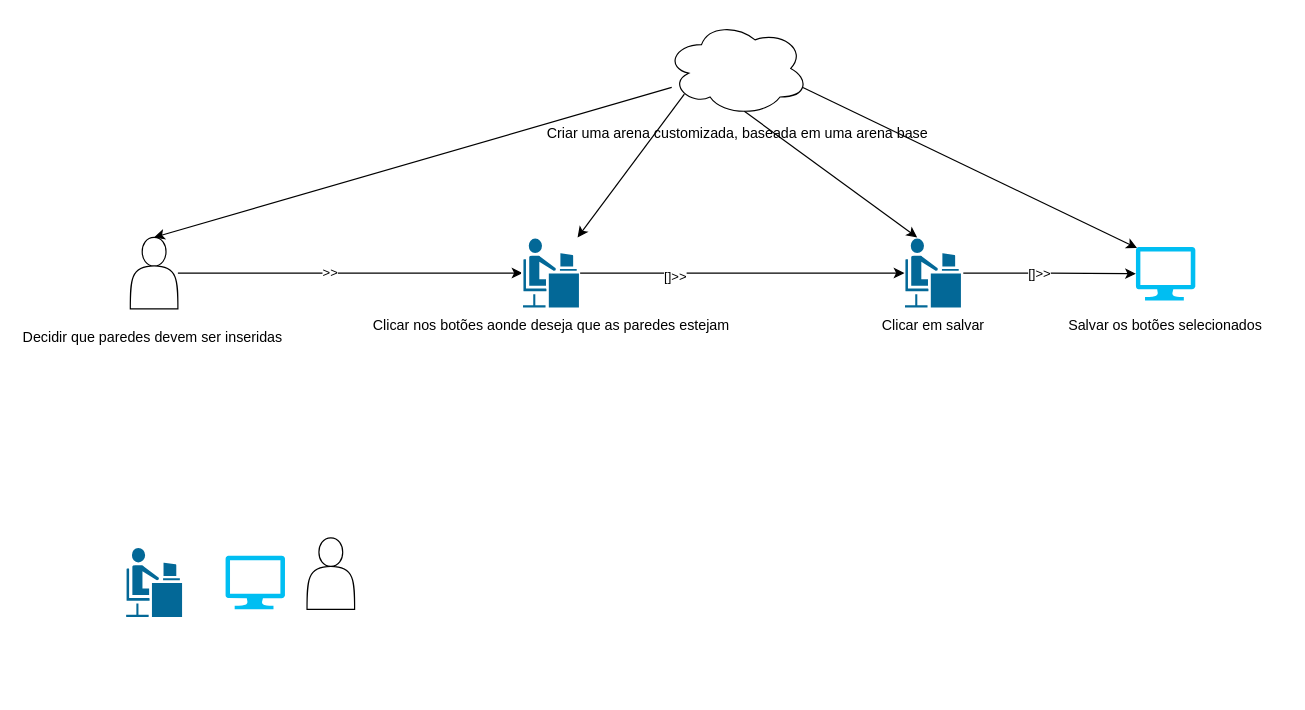
Before: page "Diagrama1" (1 of 2) of Arquivos/drawio/CTT1.drawio in mdarce765/ProjetoIHC, a draw.io diagram. Source tidied: cells renumbered, new cells numbered last; positions are measured from the earlier drawing's top-left corner, leaving out a move shared by most shapes. Both pictures are drawn from the tidied source at 119%, with x=0, y=0 at pixel (20, 20).
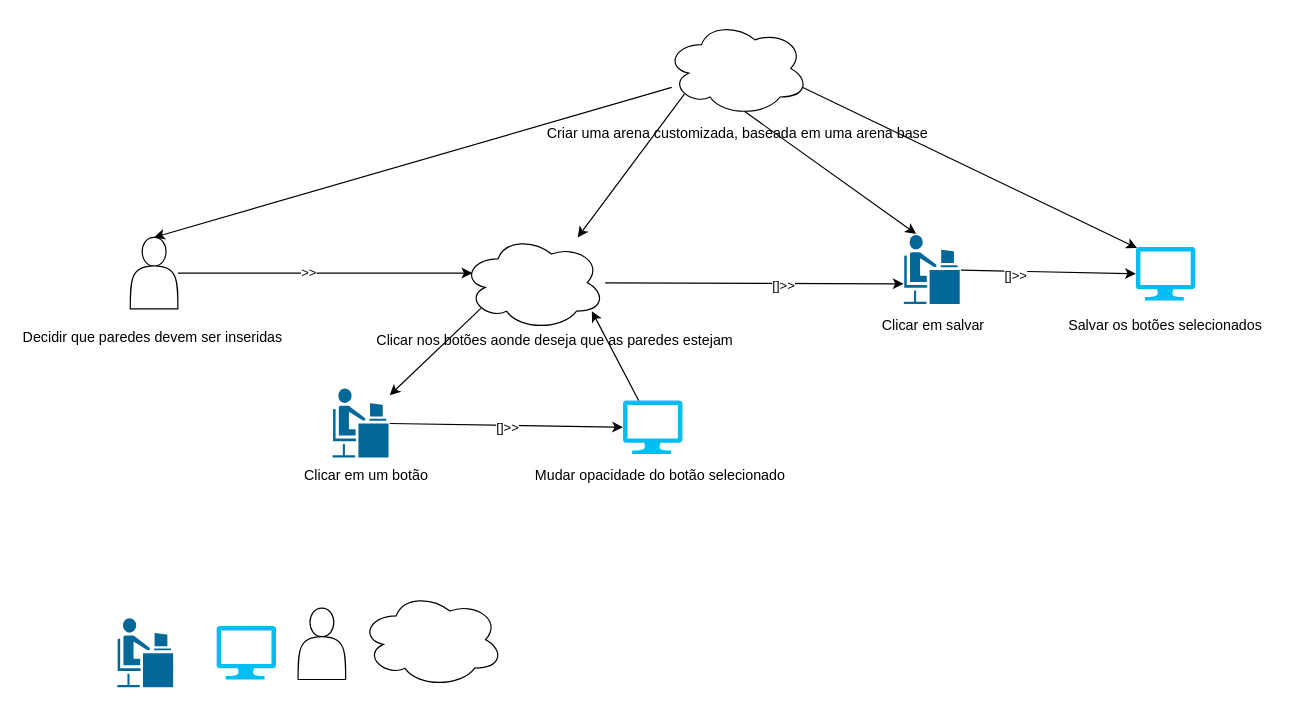
The same diagram, later.

Unchanged cells that the change refers to:
```xml
<mxCell id="5" style="shape=actor;whiteSpace=wrap;html=1;" parent="1" vertex="1">
  <mxGeometry x="92" y="182" width="40" height="60" as="geometry" />
</mxCell>
<mxCell id="7" style="ellipse;shape=cloud;whiteSpace=wrap;html=1;" parent="1" vertex="1">
  <mxGeometry x="542" width="120" height="80" as="geometry" />
</mxCell>
<mxCell id="20" style="verticalLabelPosition=bottom;html=1;verticalAlign=top;align=center;strokeColor=none;fillColor=#00BEF2;shape=mxgraph.azure.computer;" parent="1" vertex="1">
  <mxGeometry x="937" y="190" width="50" height="45" as="geometry" />
</mxCell>
```

Diff of the diagram source:
```diff
@@
-    <mxCell id="3" style="edgeStyle=orthogonalEdgeStyle;rounded=0;jettySize=auto;html=1;entryX=0.01;entryY=0.5;entryDx=0;entryDy=0;entryPerimeter=0;" parent="1" edge="1" source="5" target="12">
+    <mxCell id="3" style="edgeStyle=orthogonalEdgeStyle;rounded=0;jettySize=auto;html=1;entryX=0.07;entryY=0.4;entryDx=0;entryDy=0;entryPerimeter=0;" parent="1" edge="1" source="5" target="27">
       <mxGeometry relative="1" as="geometry" />
     </mxCell>
@@
-    <mxCell id="6" style="edgeStyle=none;rounded=0;jettySize=auto;html=1;exitX=0.13;exitY=0.77;exitDx=0;exitDy=0;exitPerimeter=0;" parent="1" edge="1" source="7" target="12">
-      <mxGeometry relative="1" as="geometry" />
+    <mxCell id="6" style="edgeStyle=none;rounded=0;jettySize=auto;html=1;exitX=0.13;exitY=0.77;exitDx=0;exitDy=0;exitPerimeter=0;" parent="1" edge="1" source="7">
+      <mxGeometry relative="1" as="geometry">
+        <mxPoint x="467.9" y="182" as="targetPoint" />
+      </mxGeometry>
     </mxCell>
@@
     <mxCell id="8" style="shape=mxgraph.cisco.people.androgenous_person;html=1;dashed=0;fillColor=#036897;strokeColor=#ffffff;strokeWidth=2;verticalLabelPosition=bottom;verticalAlign=top;align=center;" parent="1" vertex="1">
-      <mxGeometry x="87.5" y="442" width="49" height="60" as="geometry" />
+      <mxGeometry x="80" y="501" width="49" height="60" as="geometry" />
     </mxCell>
@@
-    <mxCell id="12" style="shape=mxgraph.cisco.people.androgenous_person;html=1;dashed=0;fillColor=#036897;strokeColor=#ffffff;strokeWidth=2;verticalLabelPosition=bottom;verticalAlign=top;align=center;outlineConnect=0;" parent="1" vertex="1">
-      <mxGeometry x="421" y="182" width="49" height="60" as="geometry" />
-    </mxCell>
-    <mxCell id="13" style="edgeStyle=orthogonalEdgeStyle;rounded=0;jettySize=auto;html=1;" parent="1" edge="1" source="15" target="20">
-      <mxGeometry relative="1" as="geometry" />
-    </mxCell>
-    <mxCell id="14" value="[]&amp;gt;&amp;gt;" style="edgeLabel;html=1;align=center;verticalAlign=middle;" parent="13" vertex="1">
-      <mxGeometry x="-0.13" relative="1" as="geometry" />
-    </mxCell>
     <mxCell id="15" style="shape=mxgraph.cisco.people.androgenous_person;html=1;dashed=0;fillColor=#036897;strokeColor=#ffffff;strokeWidth=2;verticalLabelPosition=bottom;verticalAlign=top;align=center;outlineConnect=0;" parent="1" vertex="1">
-      <mxGeometry x="742" y="182" width="49" height="60" as="geometry" />
+      <mxGeometry x="741" y="179" width="49" height="60" as="geometry" />
     </mxCell>
-    <mxCell id="16" style="edgeStyle=orthogonalEdgeStyle;rounded=0;jettySize=auto;html=1;entryX=0.01;entryY=0.5;entryDx=0;entryDy=0;entryPerimeter=0;" parent="1" edge="1" source="12" target="15">
-      <mxGeometry relative="1" as="geometry" />
-    </mxCell>
-    <mxCell id="17" value="[]&amp;gt;&amp;gt;" style="edgeLabel;html=1;align=center;verticalAlign=middle;" parent="16" vertex="1">
-      <mxGeometry x="-0.42" y="-2" relative="1" as="geometry" />
-    </mxCell>
     <mxCell id="18" value="Clicar nos botões aonde deseja que as paredes estejam" style="text;whiteSpace=wrap;align=center;" parent="1" vertex="1">
-      <mxGeometry x="280.5" y="242" width="330" height="40" as="geometry" />
+      <mxGeometry x="284" y="255" width="330" height="40" as="geometry" />
     </mxCell>
@@
     <mxCell id="23" style="verticalLabelPosition=bottom;html=1;verticalAlign=top;align=center;strokeColor=none;fillColor=#00BEF2;shape=mxgraph.azure.computer;" parent="1" vertex="1">
-      <mxGeometry x="172" y="449.5" width="50" height="45" as="geometry" />
+      <mxGeometry x="164.5" y="508.5" width="50" height="45" as="geometry" />
     </mxCell>
     <mxCell id="24" style="shape=actor;whiteSpace=wrap;html=1;" parent="1" vertex="1">
-      <mxGeometry x="240.5" y="434.5" width="40" height="60" as="geometry" />
+      <mxGeometry x="233" y="493.5" width="40" height="60" as="geometry" />
     </mxCell>
+    <mxCell id="25" style="ellipse;shape=cloud;whiteSpace=wrap;html=1;" parent="1" vertex="1">
+      <mxGeometry x="285.5" y="480" width="120" height="80" as="geometry" />
+    </mxCell>
+    <mxCell id="26" style="edgeStyle=none;html=1;exitX=0.13;exitY=0.77;exitDx=0;exitDy=0;exitPerimeter=0;" parent="1" edge="1" source="27" target="28">
+      <mxGeometry relative="1" as="geometry" />
+    </mxCell>
+    <mxCell id="27" style="ellipse;shape=cloud;whiteSpace=wrap;html=1;" parent="1" vertex="1">
+      <mxGeometry x="371" y="180" width="120" height="80" as="geometry" />
+    </mxCell>
+    <mxCell id="28" style="shape=mxgraph.cisco.people.androgenous_person;html=1;dashed=0;fillColor=#036897;strokeColor=#ffffff;strokeWidth=2;verticalLabelPosition=bottom;verticalAlign=top;align=center;outlineConnect=0;" parent="1" vertex="1">
+      <mxGeometry x="261" y="308" width="49" height="60" as="geometry" />
+    </mxCell>
+    <mxCell id="29" style="verticalLabelPosition=bottom;html=1;verticalAlign=top;align=center;strokeColor=none;fillColor=#00BEF2;shape=mxgraph.azure.computer;" parent="1" vertex="1">
+      <mxGeometry x="506" y="319" width="50" height="45" as="geometry" />
+    </mxCell>
+    <mxCell id="30" style="edgeStyle=none;html=1;entryX=0.907;entryY=0.8;entryDx=0;entryDy=0;entryPerimeter=0;" parent="1" edge="1" source="29" target="27">
+      <mxGeometry relative="1" as="geometry" />
+    </mxCell>
+    <mxCell id="31" style="edgeStyle=none;html=1;entryX=0;entryY=0.5;entryDx=0;entryDy=0;entryPerimeter=0;" parent="1" edge="1" source="28" target="29">
+      <mxGeometry relative="1" as="geometry" />
+    </mxCell>
+    <mxCell id="32" value="[]&amp;gt;&amp;gt;" style="edgeLabel;html=1;align=center;verticalAlign=middle;" parent="31" vertex="1">
+      <mxGeometry x="0.01" y="-2" relative="1" as="geometry" />
+    </mxCell>
+    <mxCell id="33" value="Clicar em um botão" style="text;html=1;align=center;verticalAlign=middle;strokeColor=none;fillColor=none;" parent="1" vertex="1">
+      <mxGeometry x="229" y="369" width="122" height="26" as="geometry" />
+    </mxCell>
+    <mxCell id="34" value="Mudar opacidade do botão selecionado" style="text;html=1;align=center;verticalAlign=middle;strokeColor=none;fillColor=none;" parent="1" vertex="1">
+      <mxGeometry x="423" y="369" width="228" height="26" as="geometry" />
+    </mxCell>
+    <mxCell id="35" style="edgeStyle=none;html=1;entryX=0.016;entryY=0.7;entryDx=0;entryDy=0;entryPerimeter=0;" parent="1" edge="1" source="27" target="15">
+      <mxGeometry relative="1" as="geometry" />
+    </mxCell>
+    <mxCell id="36" value="[]&amp;gt;&amp;gt;" style="edgeLabel;html=1;align=center;verticalAlign=middle;" parent="35" vertex="1">
+      <mxGeometry x="0.2" y="-2" relative="1" as="geometry" />
+    </mxCell>
+    <mxCell id="13" style="edgeStyle=none;html=1;entryX=0;entryY=0.5;entryDx=0;entryDy=0;entryPerimeter=0;" parent="1" edge="1" source="15" target="20">
+      <mxGeometry relative="1" as="geometry" />
+    </mxCell>
+    <mxCell id="37" value="[]&amp;gt;&amp;gt;" style="edgeLabel;html=1;align=center;verticalAlign=middle;" parent="13" vertex="1">
+      <mxGeometry x="-0.38" y="-3" relative="1" as="geometry" />
+    </mxCell>
```
